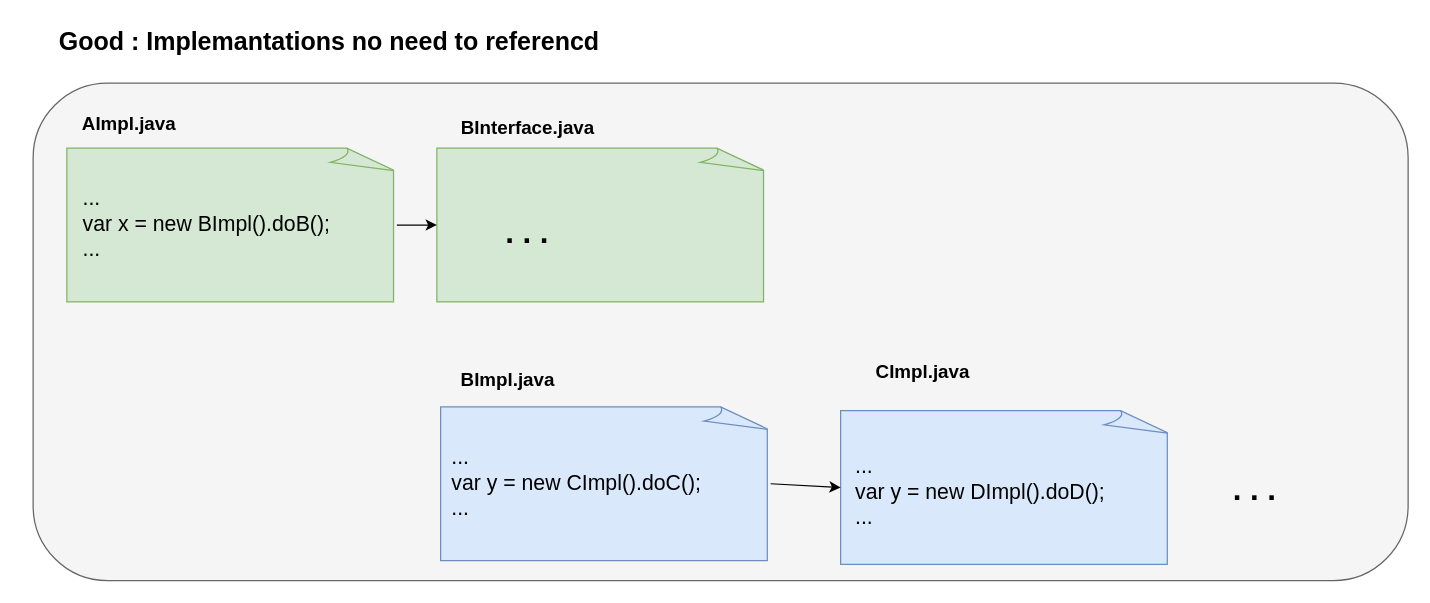
Earlier version of the draw.io diagram page "페이지-10" (10 of 10) of drawio.drawio (dkGithup2022/draw_io_memory). Source tidied: cells renumbered, new cells numbered last; positions are measured from the earlier drawing's top-left corner, leaving out a move shared by most shapes. Both pictures are drawn from the tidied source at 125%, with x=0, y=0 at pixel (21, 21).
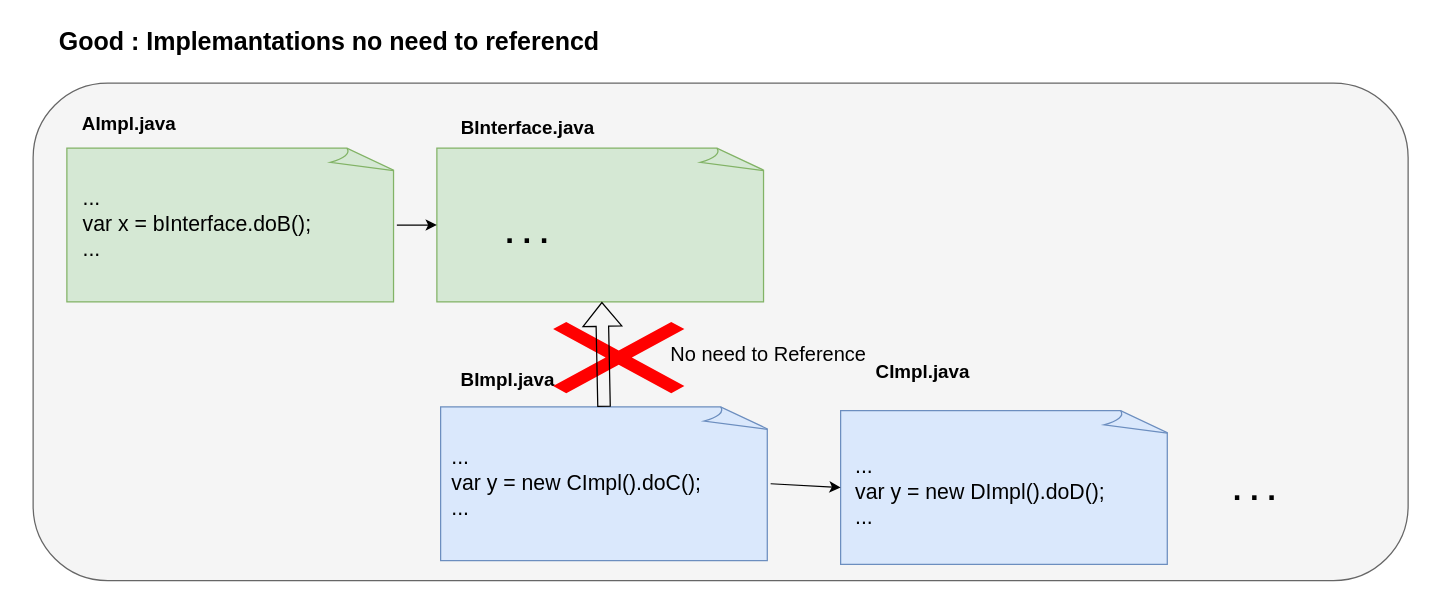
After the change.

Unchanged cells that the change refers to:
```xml
<mxCell id="8" style="whiteSpace=wrap;html=1;shape=mxgraph.basic.document;fillColor=#dae8fc;strokeColor=#6c8ebf;" parent="1" vertex="1">
  <mxGeometry x="335" y="308" width="264" height="123" as="geometry" />
</mxCell>
<mxCell id="15" style="whiteSpace=wrap;html=1;shape=mxgraph.basic.document;fillColor=#d5e8d4;strokeColor=#82b366;" parent="1" vertex="1">
  <mxGeometry x="332" y="101" width="264" height="123" as="geometry" />
</mxCell>
```

The edit, as a diff of the source:
```diff
@@
-    <mxCell id="7" value="&lt;font style=&quot;font-size: 17px;&quot;&gt;&lt;br&gt;...&lt;br&gt;var x = new BImpl().doB();&lt;br&gt;...&lt;/font&gt;" style="text;html=1;align=left;verticalAlign=middle;whiteSpace=wrap;rounded=0;" parent="1" vertex="1">
+    <mxCell id="7" value="&lt;font style=&quot;font-size: 17px;&quot;&gt;&lt;br&gt;...&lt;br&gt;var x = bInterface.doB();&lt;br&gt;...&lt;/font&gt;" style="text;html=1;align=left;verticalAlign=middle;whiteSpace=wrap;rounded=0;" parent="1" vertex="1">
       <mxGeometry x="47" y="104" width="227" height="96" as="geometry" />
     </mxCell>
@@
+    <mxCell id="19" style="shape=mxgraph.mockup.markup.redX;fillColor=#ff0000;html=1;shadow=0;whiteSpace=wrap;strokeColor=none;" parent="1" vertex="1">
+      <mxGeometry x="425" y="240" width="105" height="57" as="geometry" />
+    </mxCell>
+    <mxCell id="20" style="shape=flexArrow;endArrow=classic;html=1;rounded=0;entryX=0.5;entryY=1;entryDx=0;entryDy=0;entryPerimeter=0;" parent="1" edge="1" source="8" target="15">
+      <mxGeometry relative="1" as="geometry" />
+    </mxCell>
+    <mxCell id="21" value="&lt;font style=&quot;font-size: 16px;&quot;&gt;No need to Reference&lt;/font&gt;" style="text;html=1;align=center;verticalAlign=middle;whiteSpace=wrap;rounded=0;" parent="1" vertex="1">
+      <mxGeometry x="486" y="251" width="223" height="30" as="geometry" />
+    </mxCell>
```
